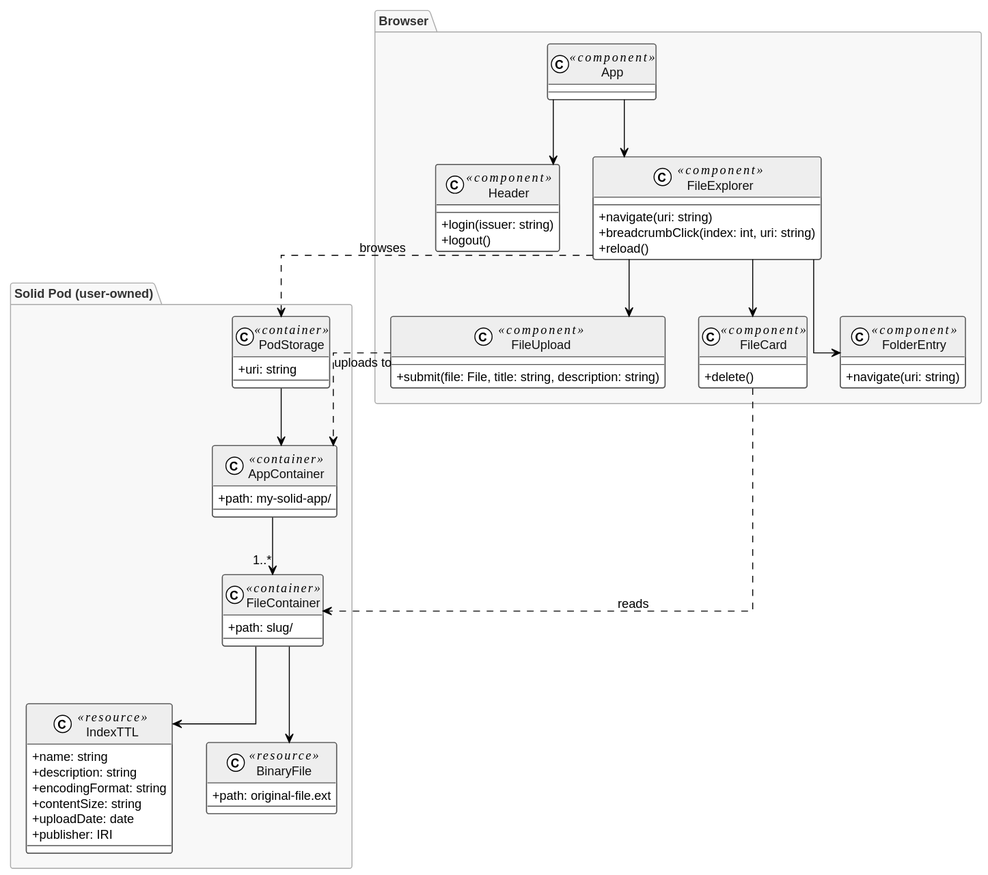
WSE-research/Solid.Drive keeps this PlantUML diagram as docs/architecture.svg. Above is the earlier version.
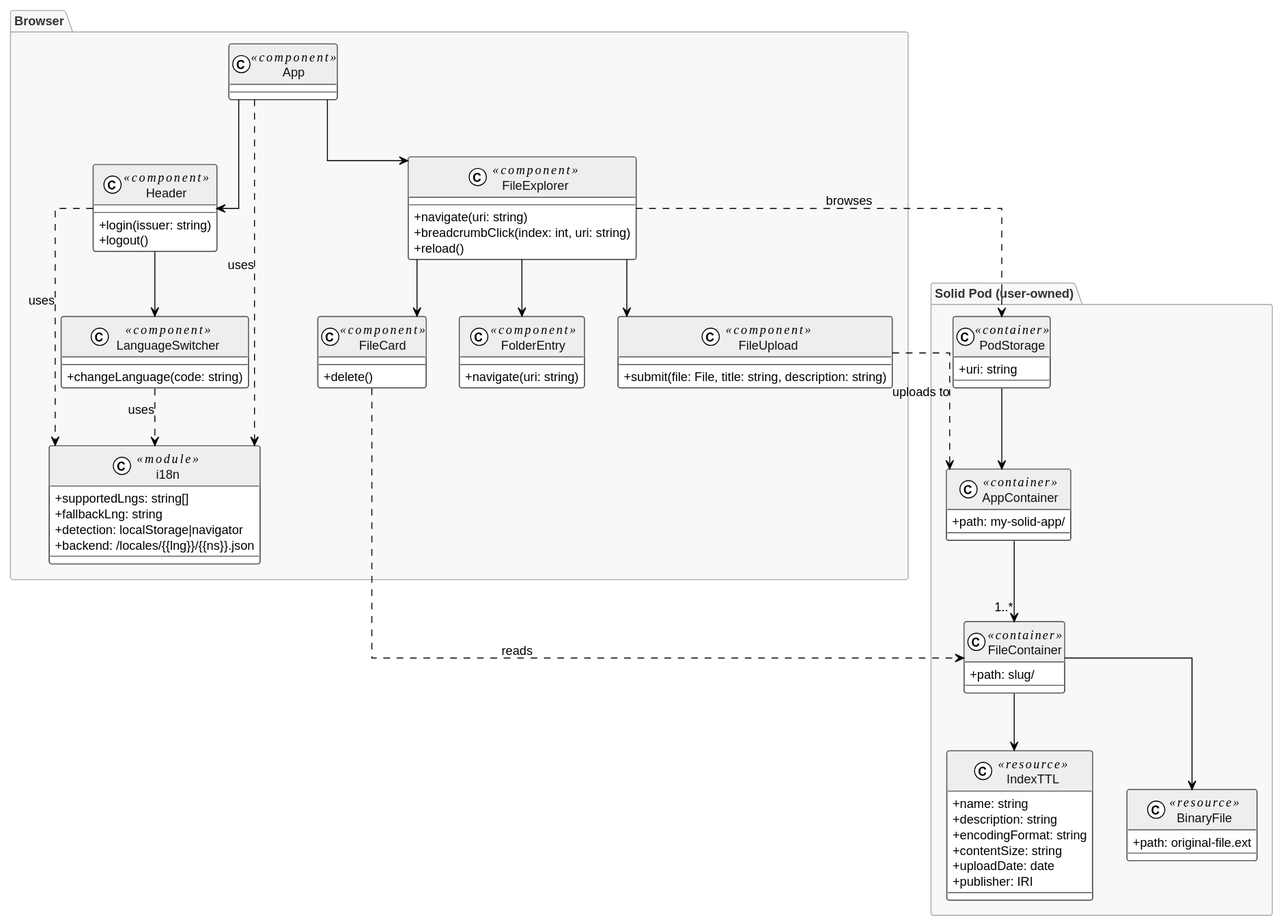
After the change.

What changed in the source:
```diff
@@ -34,6 +34,10 @@
     +logout()
   }
 
+  class LanguageSwitcher <<component>> {
+    +changeLanguage(code: string)
+  }
+
   class FileExplorer <<component>> {
     +navigate(uri: string)
     +breadcrumbClick(index: int, uri: string)
@@ -52,11 +56,22 @@
     +navigate(uri: string)
   }
 
+  class i18n <<module>> {
+    +supportedLngs: string[]
+    +fallbackLng: string
+    +detection: localStorage|navigator
+    +backend: /locales/{{lng}}/{{ns}}.json
+  }
+
   App --> Header
   App --> FileExplorer
+  Header --> LanguageSwitcher
   FileExplorer --> FileUpload
   FileExplorer --> FileCard
   FileExplorer --> FolderEntry
+  App ..> i18n : uses
+  Header ..> i18n : uses
+  LanguageSwitcher ..> i18n : uses
 }
 
 package "Solid Pod (user-owned)" {
```
